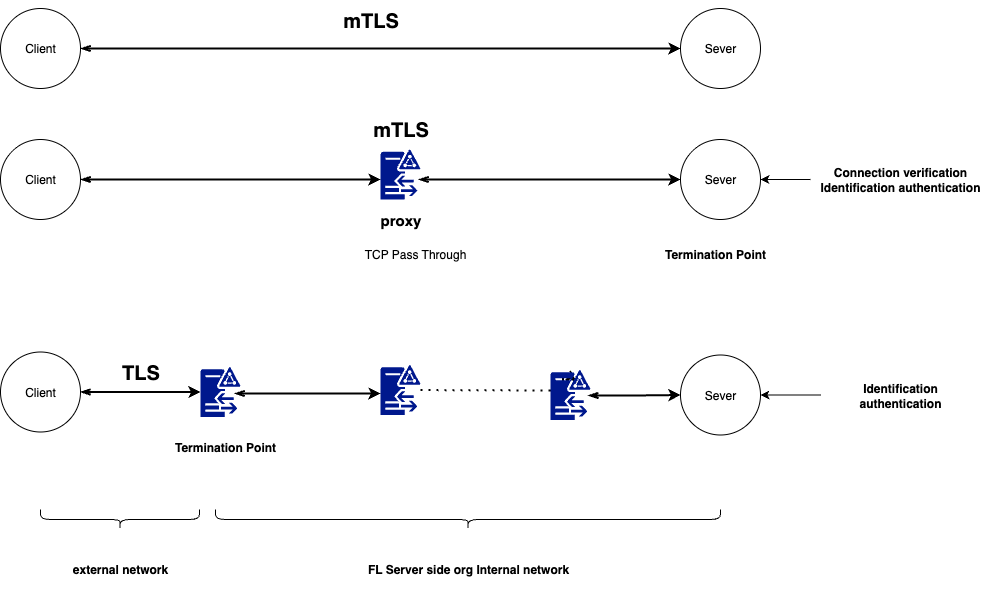
Before: docs/resources/flare_byocc.png, a diagram exported from draw.io (NVIDIA/NVFlare). Source tidied: cells renumbered, new cells last; positions are measured from the earlier drawing's top-left corner, leaving out a move shared by most shapes.
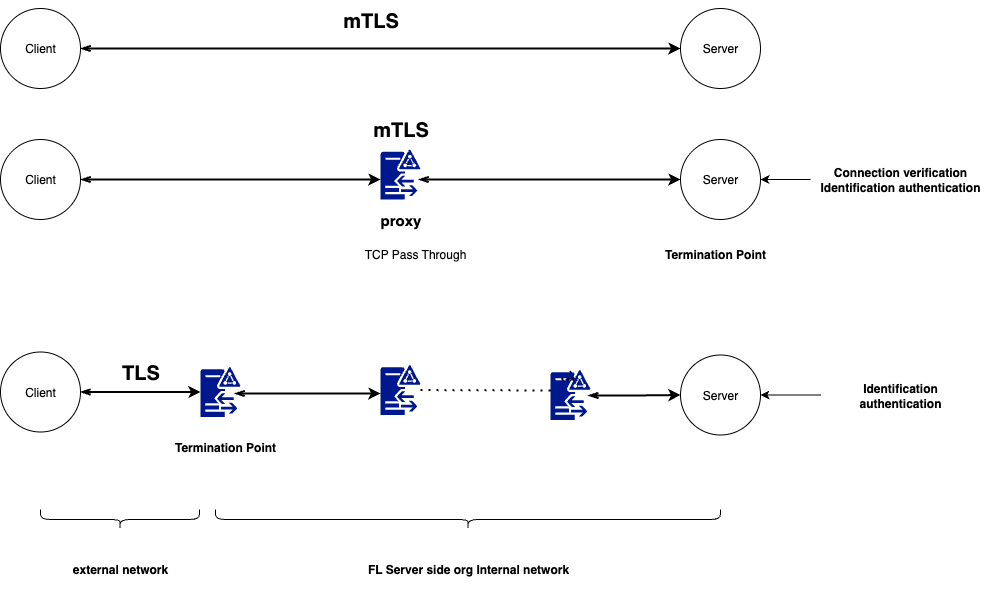
After the change.

Diff of the diagram source:
```diff
@@ -5,7 +5,7 @@
     <mxCell id="2" value="Client" style="ellipse;whiteSpace=wrap;html=1;" parent="1" vertex="1">
       <mxGeometry y="139" width="80" height="80" as="geometry" />
     </mxCell>
-    <mxCell id="3" value="Sever" style="ellipse;whiteSpace=wrap;html=1;" parent="1" vertex="1">
+    <mxCell id="3" value="Server" style="ellipse;whiteSpace=wrap;html=1;" parent="1" vertex="1">
       <mxGeometry x="680" y="139" width="80" height="80" as="geometry" />
     </mxCell>
     <mxCell id="4" style="sketch=0;shadow=0;dashed=0;html=1;strokeColor=none;labelPosition=center;verticalLabelPosition=bottom;verticalAlign=top;align=center;fillColor=#00188D;shape=mxgraph.mscae.enterprise.d;" parent="1" vertex="1">
@@ -17,7 +17,7 @@
     <mxCell id="6" value="Client" style="ellipse;whiteSpace=wrap;html=1;" parent="1" vertex="1">
       <mxGeometry y="8" width="80" height="80" as="geometry" />
     </mxCell>
-    <mxCell id="7" value="Sever" style="ellipse;whiteSpace=wrap;html=1;" parent="1" vertex="1">
+    <mxCell id="7" value="Server" style="ellipse;whiteSpace=wrap;html=1;" parent="1" vertex="1">
       <mxGeometry x="680" y="8" width="80" height="80" as="geometry" />
     </mxCell>
     <mxCell id="8" value="Client" style="ellipse;whiteSpace=wrap;html=1;" parent="1" vertex="1">
@@ -26,7 +26,7 @@
     <mxCell id="9" style="sketch=0;shadow=0;dashed=0;html=1;strokeColor=none;labelPosition=center;verticalLabelPosition=bottom;verticalAlign=top;align=center;fillColor=#00188D;shape=mxgraph.mscae.enterprise.d;" parent="1" vertex="1">
       <mxGeometry x="200" y="366.5" width="40" height="50" as="geometry" />
     </mxCell>
-    <mxCell id="10" value="Sever" style="ellipse;whiteSpace=wrap;html=1;" parent="1" vertex="1">
+    <mxCell id="10" value="Server" style="ellipse;whiteSpace=wrap;html=1;" parent="1" vertex="1">
       <mxGeometry x="680" y="354.5" width="80" height="80" as="geometry" />
     </mxCell>
     <mxCell id="11" value="mTLS" style="text;strokeColor=none;fillColor=none;html=1;fontSize=20;fontStyle=1;verticalAlign=middle;align=center;" parent="1" vertex="1">
```
